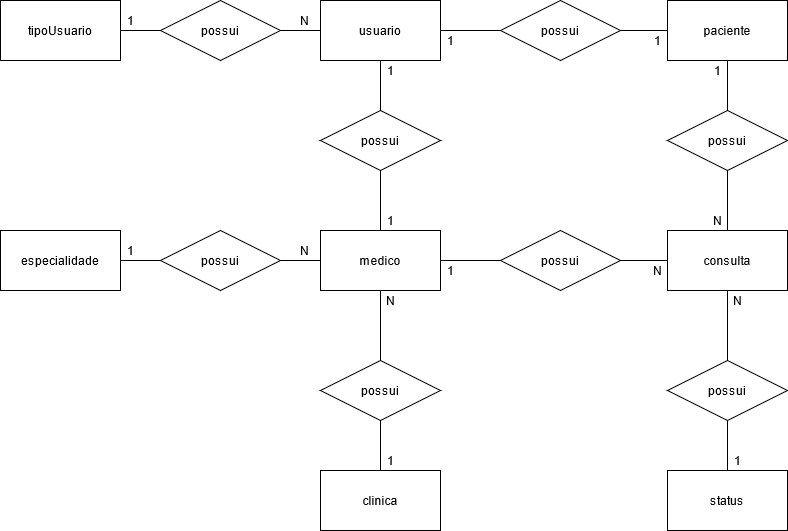
This is SP MEDICAL GROUP/sprint_1_BD/modelagens/modelagem-SP_MED_GROUP-conceitual.png from s-f22/SENAI_2, a draw.io export, as it was before one commit. Source tidied: cells renumbered, new cells last; positions are measured from the earlier drawing's top-left corner, leaving out a move shared by most shapes.
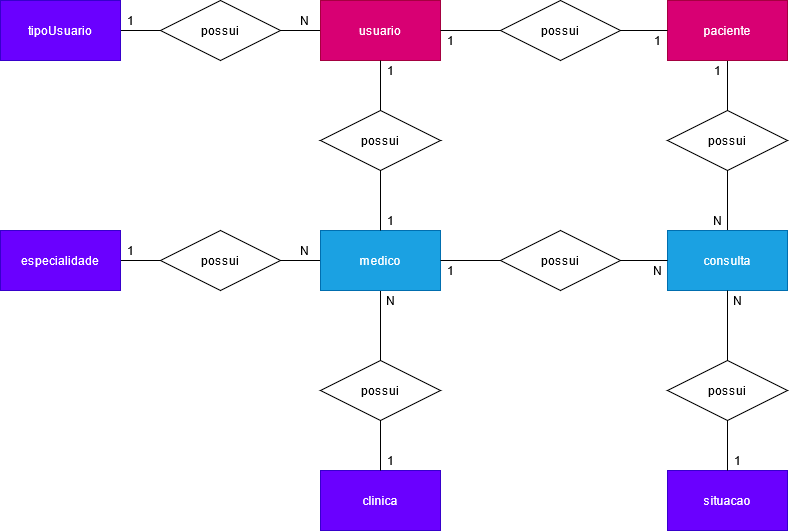
The same diagram one commit later.

The edit, as a diff of the source:
```diff
@@ -5,7 +5,7 @@
     <mxCell id="2" style="edgeStyle=orthogonalEdgeStyle;rounded=0;jettySize=auto;html=1;endArrow=none;endFill=0;" parent="1" edge="1" source="3" target="5">
       <mxGeometry relative="1" as="geometry" />
     </mxCell>
-    <mxCell id="3" value="tipoUsuario" style="rounded=0;whiteSpace=wrap;html=1;" parent="1" vertex="1">
+    <mxCell id="3" value="tipoUsuario" style="rounded=0;whiteSpace=wrap;html=1;fillColor=#6a00ff;strokeColor=#3700CC;fontColor=#ffffff;" parent="1" vertex="1">
       <mxGeometry width="120" height="60" as="geometry" />
     </mxCell>
     <mxCell id="4" style="edgeStyle=orthogonalEdgeStyle;rounded=0;jettySize=auto;html=1;endArrow=none;endFill=0;" parent="1" edge="1" source="5" target="6">
@@ -14,13 +14,13 @@
     <mxCell id="5" value="possui" style="shape=rhombus;perimeter=rhombusPerimeter;whiteSpace=wrap;html=1;align=center;" parent="1" vertex="1">
       <mxGeometry x="160" width="120" height="60" as="geometry" />
     </mxCell>
-    <mxCell id="6" value="usuario" style="rounded=0;whiteSpace=wrap;html=1;" parent="1" vertex="1">
+    <mxCell id="6" value="usuario" style="rounded=0;whiteSpace=wrap;html=1;fillColor=#d80073;strokeColor=#A50040;fontColor=#ffffff;" parent="1" vertex="1">
       <mxGeometry x="320" width="120" height="60" as="geometry" />
     </mxCell>
     <mxCell id="7" style="edgeStyle=orthogonalEdgeStyle;rounded=0;jettySize=auto;html=1;endArrow=none;endFill=0;" parent="1" edge="1" source="8" target="10">
       <mxGeometry relative="1" as="geometry" />
     </mxCell>
-    <mxCell id="8" value="especialidade" style="rounded=0;whiteSpace=wrap;html=1;" parent="1" vertex="1">
+    <mxCell id="8" value="especialidade" style="rounded=0;whiteSpace=wrap;html=1;fillColor=#6a00ff;strokeColor=#3700CC;fontColor=#ffffff;" parent="1" vertex="1">
       <mxGeometry y="230" width="120" height="60" as="geometry" />
     </mxCell>
     <mxCell id="9" style="edgeStyle=orthogonalEdgeStyle;rounded=0;jettySize=auto;html=1;endArrow=none;endFill=0;" parent="1" edge="1" source="10" target="12">
@@ -32,7 +32,7 @@
     <mxCell id="11" style="edgeStyle=orthogonalEdgeStyle;rounded=0;jettySize=auto;html=1;entryX=0.5;entryY=0;entryDx=0;entryDy=0;endArrow=none;endFill=0;exitX=0.5;exitY=1;exitDx=0;exitDy=0;" parent="1" edge="1" source="12" target="19">
       <mxGeometry relative="1" as="geometry" />
     </mxCell>
-    <mxCell id="12" value="medico" style="rounded=0;whiteSpace=wrap;html=1;" parent="1" vertex="1">
+    <mxCell id="12" value="medico" style="rounded=0;whiteSpace=wrap;html=1;fillColor=#1ba1e2;strokeColor=#006EAF;fontColor=#ffffff;" parent="1" vertex="1">
       <mxGeometry x="320" y="230" width="120" height="60" as="geometry" />
     </mxCell>
     <mxCell id="13" value="1" style="text;html=1;align=center;verticalAlign=middle;strokeColor=none;" parent="1" vertex="1">
@@ -47,7 +47,7 @@
     <mxCell id="16" value="N" style="text;html=1;align=center;verticalAlign=middle;strokeColor=none;" parent="1" vertex="1">
       <mxGeometry x="294" y="240" width="20" height="20" as="geometry" />
     </mxCell>
-    <mxCell id="17" value="clinica" style="rounded=0;whiteSpace=wrap;html=1;" parent="1" vertex="1">
+    <mxCell id="17" value="clinica" style="rounded=0;whiteSpace=wrap;html=1;fillColor=#6a00ff;strokeColor=#3700CC;fontColor=#ffffff;" parent="1" vertex="1">
       <mxGeometry x="320" y="470" width="120" height="60" as="geometry" />
     </mxCell>
     <mxCell id="18" style="edgeStyle=orthogonalEdgeStyle;rounded=0;jettySize=auto;html=1;endArrow=none;endFill=0;" parent="1" edge="1" source="19" target="17">
@@ -65,7 +65,7 @@
     <mxCell id="22" style="edgeStyle=orthogonalEdgeStyle;rounded=0;jettySize=auto;html=1;exitX=0.5;exitY=0;exitDx=0;exitDy=0;entryX=0.5;entryY=1;entryDx=0;entryDy=0;endArrow=none;endFill=0;" parent="1" edge="1" source="23" target="44">
       <mxGeometry relative="1" as="geometry" />
     </mxCell>
-    <mxCell id="23" value="consulta" style="rounded=0;whiteSpace=wrap;html=1;" parent="1" vertex="1">
+    <mxCell id="23" value="consulta" style="rounded=0;whiteSpace=wrap;html=1;fillColor=#1ba1e2;strokeColor=#006EAF;fontColor=#ffffff;" parent="1" vertex="1">
       <mxGeometry x="667" y="230" width="120" height="60" as="geometry" />
     </mxCell>
     <mxCell id="24" value="1" style="text;html=1;align=center;verticalAlign=middle;strokeColor=none;" parent="1" vertex="1">
@@ -77,7 +77,7 @@
     <mxCell id="26" value="N" style="text;html=1;align=center;verticalAlign=middle;strokeColor=none;" parent="1" vertex="1">
       <mxGeometry x="727" y="290" width="20" height="20" as="geometry" />
     </mxCell>
-    <mxCell id="27" value="status" style="rounded=0;whiteSpace=wrap;html=1;" parent="1" vertex="1">
+    <mxCell id="27" value="situacao" style="rounded=0;whiteSpace=wrap;html=1;fillColor=#6a00ff;strokeColor=#3700CC;fontColor=#ffffff;" parent="1" vertex="1">
       <mxGeometry x="667" y="470" width="120" height="60" as="geometry" />
     </mxCell>
     <mxCell id="28" style="edgeStyle=orthogonalEdgeStyle;rounded=0;jettySize=auto;html=1;exitX=0.5;exitY=0;exitDx=0;exitDy=0;endArrow=none;endFill=0;entryX=0.5;entryY=1;entryDx=0;entryDy=0;" parent="1" edge="1" source="30" target="23">
@@ -107,7 +107,7 @@
     <mxCell id="36" style="edgeStyle=orthogonalEdgeStyle;rounded=0;jettySize=auto;html=1;exitX=0.5;exitY=1;exitDx=0;exitDy=0;entryX=0.5;entryY=0;entryDx=0;entryDy=0;endArrow=none;endFill=0;" parent="1" edge="1" source="37" target="44">
       <mxGeometry relative="1" as="geometry" />
     </mxCell>
-    <mxCell id="37" value="paciente" style="rounded=0;whiteSpace=wrap;html=1;" parent="1" vertex="1">
+    <mxCell id="37" value="paciente" style="rounded=0;whiteSpace=wrap;html=1;fillColor=#d80073;strokeColor=#A50040;fontColor=#ffffff;" parent="1" vertex="1">
       <mxGeometry x="667" width="120" height="60" as="geometry" />
     </mxCell>
     <mxCell id="38" style="edgeStyle=orthogonalEdgeStyle;rounded=0;jettySize=auto;html=1;exitX=1;exitY=0.5;exitDx=0;exitDy=0;entryX=0;entryY=0.5;entryDx=0;entryDy=0;endArrow=none;endFill=0;" parent="1" edge="1" source="40" target="37">
```
